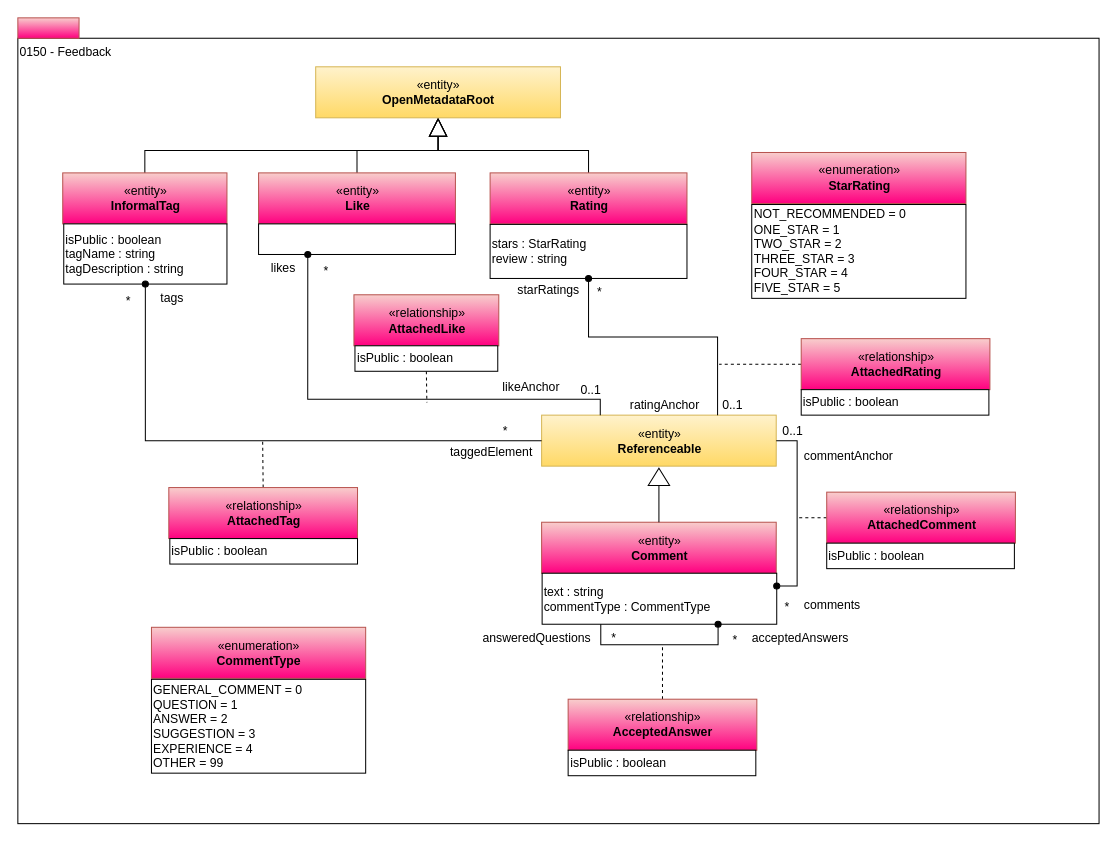
Earlier version of the draw.io diagram page "0150-Feedback" (14 of 16) of site/docs/types/1/area-1-collaboration.drawio (odpi/egeria-docs). Source tidied: cells renumbered, new cells numbered last; positions are measured from the earlier drawing's top-left corner, leaving out a move shared by most shapes. Both pictures are drawn from the tidied source at 102%, with x=0, y=0 at pixel (17, 17).
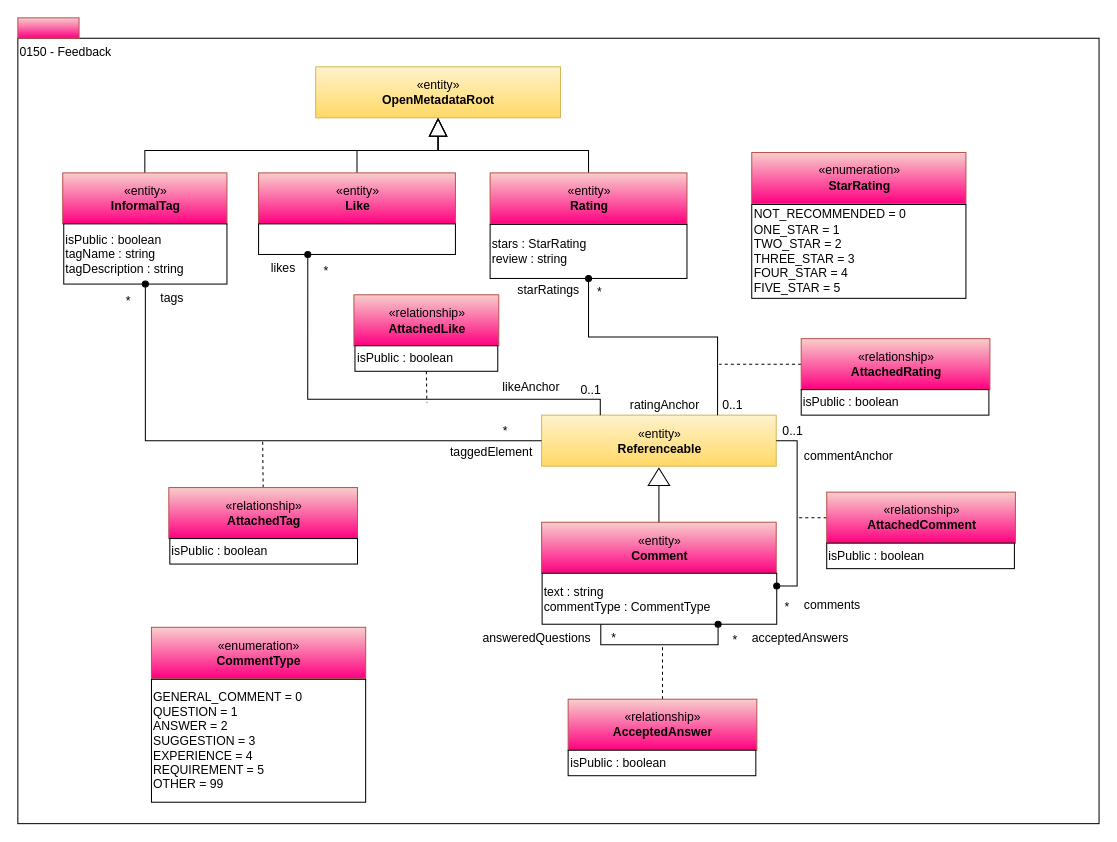
The same diagram, later.

What changed in the source:
```diff
@@
-    <mxCell id="20" value="&lt;div style=&quot;text-align: left&quot;&gt;GENERAL_COMMENT = 0&lt;/div&gt;&lt;div style=&quot;text-align: left&quot;&gt;QUESTION = 1&lt;/div&gt;&lt;div style=&quot;text-align: left&quot;&gt;ANSWER = 2&lt;/div&gt;&lt;div style=&quot;text-align: left&quot;&gt;SUGGESTION = 3&lt;/div&gt;&lt;div style=&quot;text-align: left&quot;&gt;&lt;span&gt;EXPERIENCE = 4&lt;/span&gt;&lt;/div&gt;&lt;div style=&quot;text-align: left&quot;&gt;&lt;span&gt;OTHER = 99&lt;/span&gt;&lt;br&gt;&lt;/div&gt;" style="rounded=0;whiteSpace=wrap;html=1;strokeColor=#000000;gradientColor=#ffffff;align=left;" parent="1" vertex="1">
-      <mxGeometry x="131" y="648.5" width="210" height="92" as="geometry" />
+    <mxCell id="20" value="&lt;div style=&quot;text-align: left&quot;&gt;GENERAL_COMMENT = 0&lt;/div&gt;&lt;div style=&quot;text-align: left&quot;&gt;QUESTION = 1&lt;/div&gt;&lt;div style=&quot;text-align: left&quot;&gt;ANSWER = 2&lt;/div&gt;&lt;div style=&quot;text-align: left&quot;&gt;SUGGESTION = 3&lt;/div&gt;&lt;div style=&quot;text-align: left&quot;&gt;&lt;span&gt;EXPERIENCE = 4&lt;/span&gt;&lt;/div&gt;&lt;div style=&quot;text-align: left&quot;&gt;&lt;span&gt;REQUIREMENT = 5&lt;/span&gt;&lt;/div&gt;&lt;div style=&quot;text-align: left&quot;&gt;&lt;span&gt;OTHER = 99&lt;/span&gt;&lt;br&gt;&lt;/div&gt;" style="rounded=0;whiteSpace=wrap;html=1;strokeColor=#000000;gradientColor=#ffffff;align=left;" parent="1" vertex="1">
+      <mxGeometry x="131" y="648.5" width="210" height="120.5" as="geometry" />
     </mxCell>
```
